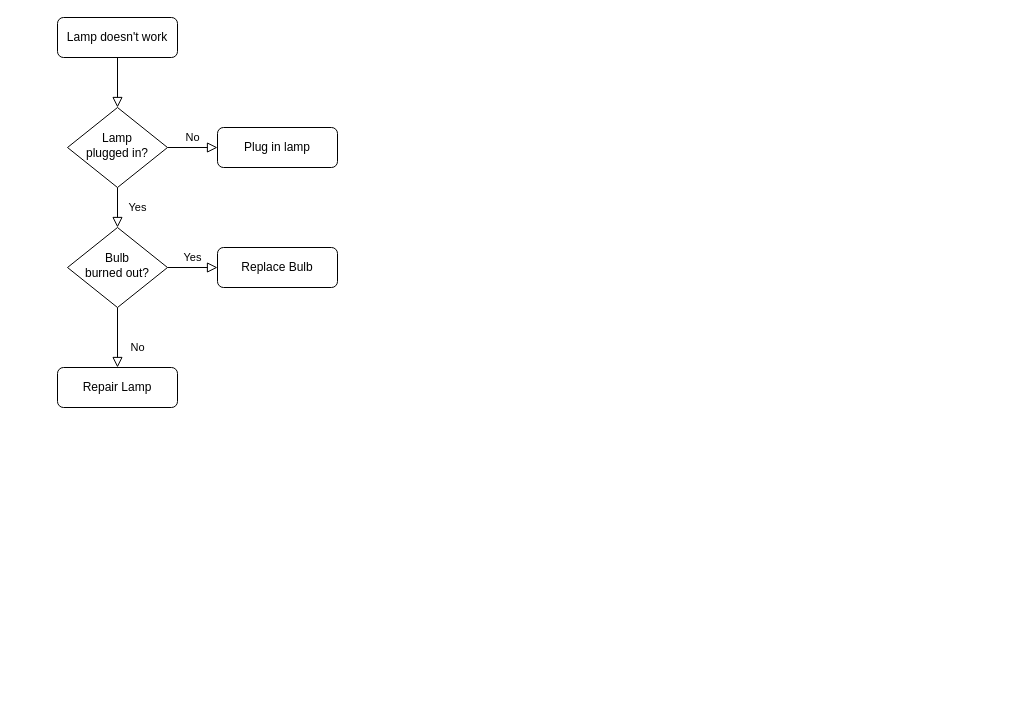
LuciusJay/DiagramDrawIO keeps this draw.io diagram as ZoomLevelControl.drawio. Above is the earlier version. Source tidied: cells renumbered, new cells numbered last; positions are measured from the earlier drawing's top-left corner, leaving out a move shared by most shapes. Both pictures are drawn from the tidied source at 100%, with x=0, y=0 at pixel (57, 17).
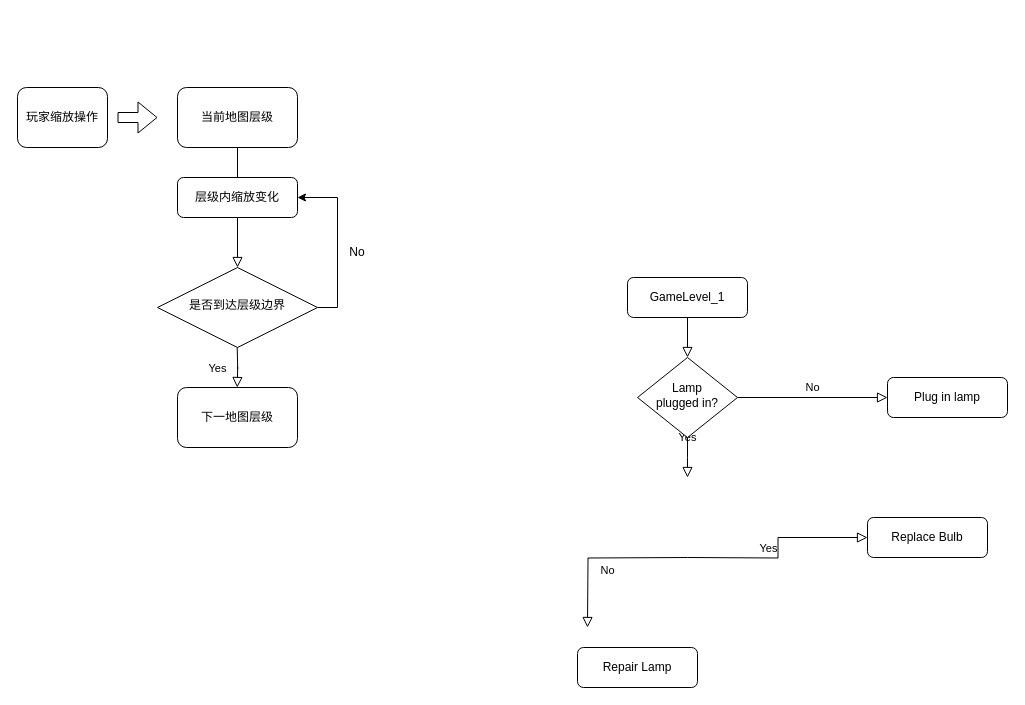
The same diagram, later.

Change to the diagram source:
```diff
@@
-    <mxCell id="3" value="Lamp doesn't work" style="rounded=1;whiteSpace=wrap;html=1;fontSize=12;glass=0;strokeWidth=1;shadow=0;" parent="1" vertex="1">
-      <mxGeometry width="120" height="40" as="geometry" />
+    <mxCell id="3" value="GameLevel_1" style="rounded=1;whiteSpace=wrap;html=1;fontSize=12;glass=0;strokeWidth=1;shadow=0;" parent="1" vertex="1">
+      <mxGeometry x="570" y="260" width="120" height="40" as="geometry" />
     </mxCell>
-    <mxCell id="4" value="Yes" style="rounded=0;html=1;jettySize=auto;fontSize=11;endArrow=block;endFill=0;endSize=8;strokeWidth=1;shadow=0;labelBackgroundColor=none;edgeStyle=orthogonalEdgeStyle;" parent="1" edge="1" source="6" target="10">
-      <mxGeometry y="20" relative="1" as="geometry" />
+    <mxCell id="4" value="Yes" style="rounded=0;html=1;jettySize=auto;fontSize=11;endArrow=block;endFill=0;endSize=8;strokeWidth=1;shadow=0;labelBackgroundColor=none;edgeStyle=orthogonalEdgeStyle;" parent="1" edge="1" source="6">
+      <mxGeometry y="20" relative="1" as="geometry">
+        <mxPoint x="630" y="460" as="targetPoint" />
+      </mxGeometry>
     </mxCell>
@@
     <mxCell id="6" value="Lamp&lt;br&gt;plugged in?" style="rhombus;whiteSpace=wrap;html=1;shadow=0;fontFamily=Helvetica;fontSize=12;align=center;strokeWidth=1;spacing=6;spacingTop=-4;" parent="1" vertex="1">
-      <mxGeometry x="10" y="90" width="100" height="80" as="geometry" />
+      <mxGeometry x="580" y="340" width="100" height="80" as="geometry" />
     </mxCell>
     <mxCell id="7" value="Plug in lamp" style="rounded=1;whiteSpace=wrap;html=1;fontSize=12;glass=0;strokeWidth=1;shadow=0;" parent="1" vertex="1">
-      <mxGeometry x="160" y="110" width="120" height="40" as="geometry" />
+      <mxGeometry x="830" y="360" width="120" height="40" as="geometry" />
     </mxCell>
-    <mxCell id="8" value="No" style="rounded=0;html=1;jettySize=auto;fontSize=11;endArrow=block;endFill=0;endSize=8;strokeWidth=1;shadow=0;labelBackgroundColor=none;edgeStyle=orthogonalEdgeStyle;" parent="1" edge="1" source="10" target="11">
-      <mxGeometry x="0.33" y="20" relative="1" as="geometry" />
+    <mxCell id="8" value="No" style="rounded=0;html=1;jettySize=auto;orthogonalLoop=1;fontSize=11;endArrow=block;endFill=0;endSize=8;strokeWidth=1;shadow=0;labelBackgroundColor=none;edgeStyle=orthogonalEdgeStyle;" parent="1" edge="1">
+      <mxGeometry x="0.33" y="20" relative="1" as="geometry">
+        <mxPoint x="630" y="540" as="sourcePoint" />
+        <mxPoint x="530" y="610" as="targetPoint" />
+      </mxGeometry>
     </mxCell>
-    <mxCell id="9" value="Yes" style="edgeStyle=orthogonalEdgeStyle;rounded=0;html=1;jettySize=auto;fontSize=11;endArrow=block;endFill=0;endSize=8;strokeWidth=1;shadow=0;labelBackgroundColor=none;" parent="1" edge="1" source="10" target="12">
-      <mxGeometry y="10" relative="1" as="geometry" />
+    <mxCell id="9" value="Yes" style="edgeStyle=orthogonalEdgeStyle;rounded=0;html=1;jettySize=auto;fontSize=11;endArrow=block;endFill=0;endSize=8;strokeWidth=1;shadow=0;labelBackgroundColor=none;" parent="1" edge="1" target="12">
+      <mxGeometry y="10" relative="1" as="geometry">
+        <mxPoint x="630" y="540" as="sourcePoint" />
+      </mxGeometry>
     </mxCell>
-    <mxCell id="10" value="Bulb&lt;br&gt;burned out?" style="rhombus;whiteSpace=wrap;html=1;shadow=0;fontFamily=Helvetica;fontSize=12;align=center;strokeWidth=1;spacing=6;spacingTop=-4;" parent="1" vertex="1">
-      <mxGeometry x="10" y="210" width="100" height="80" as="geometry" />
-    </mxCell>
     <mxCell id="11" value="Repair Lamp" style="rounded=1;whiteSpace=wrap;html=1;fontSize=12;glass=0;strokeWidth=1;shadow=0;" parent="1" vertex="1">
-      <mxGeometry y="350" width="120" height="40" as="geometry" />
+      <mxGeometry x="520" y="630" width="120" height="40" as="geometry" />
     </mxCell>
     <mxCell id="12" value="Replace Bulb" style="rounded=1;whiteSpace=wrap;html=1;fontSize=12;glass=0;strokeWidth=1;shadow=0;" parent="1" vertex="1">
-      <mxGeometry x="160" y="230" width="120" height="40" as="geometry" />
+      <mxGeometry x="810" y="500" width="120" height="40" as="geometry" />
     </mxCell>
+    <mxCell id="13" value="当前地图层级" style="rounded=1;whiteSpace=wrap;html=1;" parent="1" vertex="1">
+      <mxGeometry x="120" y="70" width="120" height="60" as="geometry" />
+    </mxCell>
+    <mxCell id="14" value="玩家缩放操作" style="rounded=1;whiteSpace=wrap;html=1;" parent="1" vertex="1">
+      <mxGeometry x="-40" y="70" width="90" height="60" as="geometry" />
+    </mxCell>
+    <mxCell id="15" style="shape=flexArrow;endArrow=classic;html=1;rounded=0;" parent="1" edge="1">
+      <mxGeometry relative="1" as="geometry">
+        <mxPoint x="60" y="100" as="sourcePoint" />
+        <mxPoint x="100" y="100" as="targetPoint" />
+      </mxGeometry>
+    </mxCell>
+    <mxCell id="16" style="edgeStyle=orthogonalEdgeStyle;rounded=0;jettySize=auto;html=1;exitX=1;exitY=0.5;exitDx=0;exitDy=0;entryX=1;entryY=0.5;entryDx=0;entryDy=0;" parent="1" edge="1" source="17" target="21">
+      <mxGeometry relative="1" as="geometry" />
+    </mxCell>
+    <mxCell id="17" value="是否到达层级边界" style="rhombus;whiteSpace=wrap;html=1;shadow=0;fontFamily=Helvetica;fontSize=12;align=center;strokeWidth=1;spacing=6;spacingTop=-4;" parent="1" vertex="1">
+      <mxGeometry x="100" y="250" width="160" height="80" as="geometry" />
+    </mxCell>
+    <mxCell id="18" style="rounded=0;html=1;jettySize=auto;fontSize=11;endArrow=block;endFill=0;endSize=8;strokeWidth=1;shadow=0;labelBackgroundColor=none;edgeStyle=orthogonalEdgeStyle;entryX=0.5;entryY=0;entryDx=0;entryDy=0;exitX=0.5;exitY=1;exitDx=0;exitDy=0;" parent="1" edge="1" source="13" target="17">
+      <mxGeometry relative="1" as="geometry" />
+    </mxCell>
+    <mxCell id="19" value="Yes" style="rounded=0;html=1;jettySize=auto;orthogonalLoop=1;fontSize=11;endArrow=block;endFill=0;endSize=8;strokeWidth=1;shadow=0;labelBackgroundColor=none;edgeStyle=orthogonalEdgeStyle;" parent="1" edge="1">
+      <mxGeometry y="20" relative="1" as="geometry">
+        <mxPoint x="179.7" y="330" as="sourcePoint" />
+        <mxPoint x="179.7" y="370" as="targetPoint" />
+      </mxGeometry>
+    </mxCell>
+    <mxCell id="20" value="下一地图层级" style="rounded=1;whiteSpace=wrap;html=1;" parent="1" vertex="1">
+      <mxGeometry x="120" y="370" width="120" height="60" as="geometry" />
+    </mxCell>
+    <mxCell id="21" value="层级内缩放变化" style="rounded=1;whiteSpace=wrap;html=1;fontSize=12;glass=0;strokeWidth=1;shadow=0;" parent="1" vertex="1">
+      <mxGeometry x="120" y="160" width="120" height="40" as="geometry" />
+    </mxCell>
+    <mxCell id="22" value="No" style="text;html=1;strokeColor=none;fillColor=none;align=center;verticalAlign=middle;whiteSpace=wrap;rounded=0;" parent="1" vertex="1">
+      <mxGeometry x="270" y="220" width="60" height="30" as="geometry" />
+    </mxCell>
```
